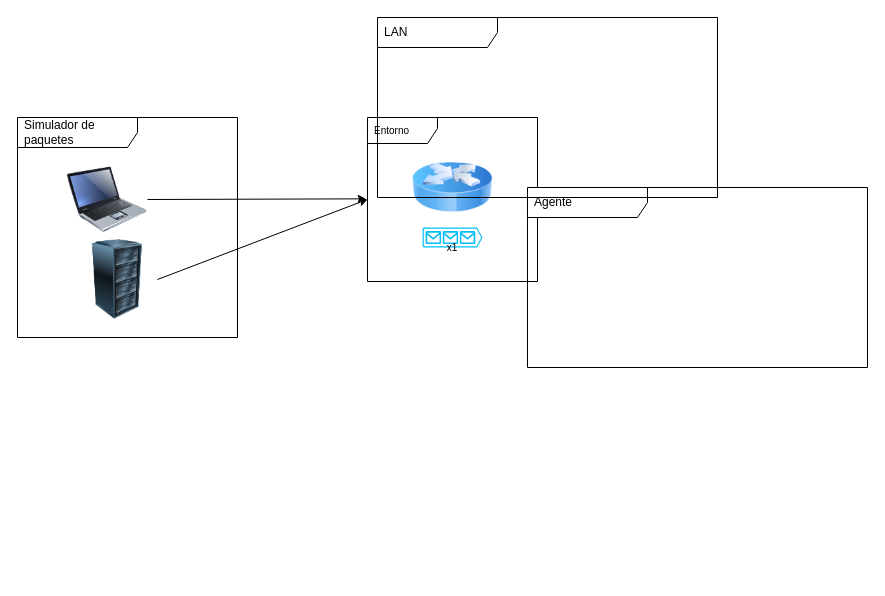
Above: page "Página-1" (1 of 2) of RedInicial.drawio in CesarRodrigu/GII-24.19-contramedidas-IoT-mediante-reinforcement-learning (draw.io), before the change. Source tidied: cells renumbered, new cells numbered last; positions are measured from the earlier drawing's top-left corner, leaving out a move shared by most shapes. Both pictures are drawn from the tidied source at 100%, with x=0, y=0 at pixel (17, 17).
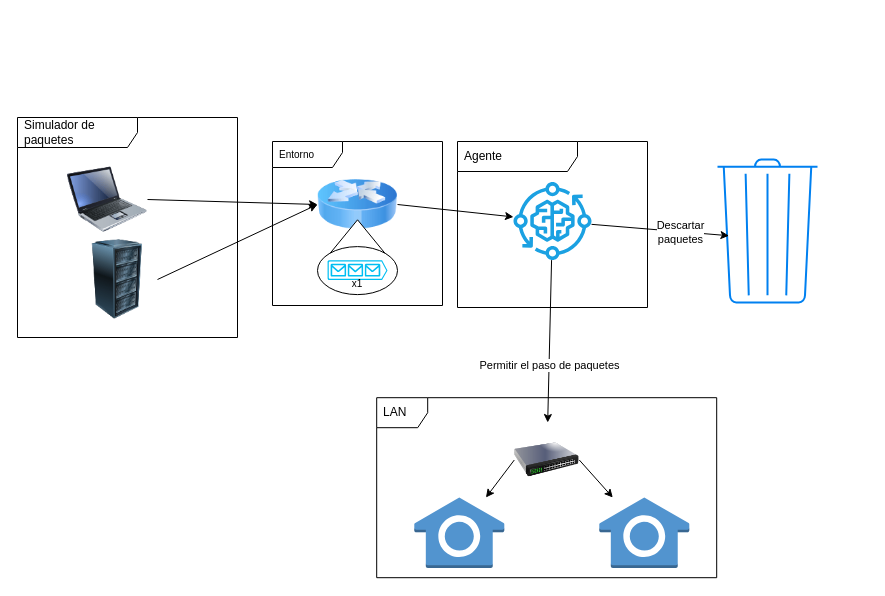
The same page after the edit.

Commit message:
Corrección y mejora de los diagramas de la red

The change refers to these unchanged cells:
```xml
<mxCell id="9" style="image;html=1;image=img/lib/clip_art/computers/Laptop_128x128.png;" parent="1" vertex="1">
  <mxGeometry x="50" y="142" width="80" height="80" as="geometry" />
</mxCell>
<mxCell id="10" style="image;html=1;image=img/lib/clip_art/computers/Server_Rack_128x128.png;" parent="1" vertex="1">
  <mxGeometry x="60" y="222" width="80" height="80" as="geometry" />
</mxCell>
```

What changed in the source:
```diff
@@
     <mxCell id="2" value="Entorno" style="shape=umlFrame;whiteSpace=wrap;html=1;width=70;height=26;boundedLbl=1;verticalAlign=middle;align=left;spacingLeft=5;fontSize=10;" parent="1" vertex="1">
-      <mxGeometry x="350" y="100" width="170" height="164" as="geometry" />
+      <mxGeometry x="255" y="124" width="170" height="164" as="geometry" />
     </mxCell>
     <mxCell id="3" style="image;html=1;image=img/lib/clip_art/networking/Router_Icon_128x128.png;" parent="1" vertex="1">
-      <mxGeometry x="395" y="130" width="80" height="80" as="geometry" />
+      <mxGeometry x="300" y="147" width="80" height="80" as="geometry" />
     </mxCell>
+    <mxCell id="13" style="triangle;whiteSpace=wrap;html=1;rotation=-90;" parent="1" vertex="1">
+      <mxGeometry x="320.8" y="190" width="38.5" height="63.1" as="geometry" />
+    </mxCell>
+    <mxCell id="14" style="ellipse;whiteSpace=wrap;html=1;" parent="1" vertex="1">
+      <mxGeometry x="300" y="229.1" width="80" height="48" as="geometry" />
+    </mxCell>
     <mxCell id="4" style="verticalLabelPosition=bottom;html=1;verticalAlign=top;align=center;strokeColor=none;fillColor=#00BEF2;shape=mxgraph.azure.queue_generic;enumerate=0;" parent="1" vertex="1">
-      <mxGeometry x="405" y="210" width="60" height="20" as="geometry" />
+      <mxGeometry x="310" y="242.6" width="60" height="20" as="geometry" />
     </mxCell>
     <mxCell id="5" value="&lt;font style=&quot;font-size: 10px;&quot;&gt;x1&lt;/font&gt;" style="text;strokeColor=none;align=center;fillColor=none;html=1;verticalAlign=middle;whiteSpace=wrap;rounded=0;" parent="1" vertex="1">
-      <mxGeometry x="420" y="220" width="30" height="20" as="geometry" />
+      <mxGeometry x="325" y="256.1" width="30" height="20" as="geometry" />
     </mxCell>
     <mxCell id="6" value="Agente" style="shape=umlFrame;whiteSpace=wrap;html=1;width=120;height=30;boundedLbl=1;verticalAlign=middle;align=left;spacingLeft=5;" parent="1" vertex="1">
-      <mxGeometry x="510" y="170" width="340" height="180" as="geometry" />
+      <mxGeometry x="440" y="124" width="190" height="166" as="geometry" />
     </mxCell>
@@
-    <mxCell id="8" value="LAN" style="shape=umlFrame;whiteSpace=wrap;html=1;width=120;height=30;boundedLbl=1;verticalAlign=middle;align=left;spacingLeft=5;" parent="1" vertex="1">
-      <mxGeometry x="360" width="340" height="180" as="geometry" />
+    <mxCell id="8" value="LAN" style="shape=umlFrame;whiteSpace=wrap;html=1;width=51;height=30;boundedLbl=1;verticalAlign=middle;align=left;spacingLeft=5;" parent="1" vertex="1">
+      <mxGeometry x="359.2" y="380.2" width="340" height="180" as="geometry" />
     </mxCell>
@@
-    <mxCell id="11" style="endArrow=classic;html=1;exitX=1;exitY=0.5;exitDx=0;exitDy=0;entryX=0.001;entryY=0.499;entryDx=0;entryDy=0;entryPerimeter=0;" parent="1" edge="1" source="10" target="2">
+    <mxCell id="11" style="endArrow=classic;html=1;exitX=1;exitY=0.5;exitDx=0;exitDy=0;entryX=0;entryY=0.5;entryDx=0;entryDy=0;" parent="1" edge="1" source="10" target="3">
       <mxGeometry relative="1" as="geometry" />
     </mxCell>
-    <mxCell id="12" style="endArrow=classic;html=1;exitX=1;exitY=0.5;exitDx=0;exitDy=0;entryX=-0.008;entryY=0.496;entryDx=0;entryDy=0;entryPerimeter=0;" parent="1" edge="1" source="9" target="2">
+    <mxCell id="12" style="endArrow=classic;html=1;exitX=1;exitY=0.5;exitDx=0;exitDy=0;entryX=0;entryY=0.5;entryDx=0;entryDy=0;" parent="1" edge="1" source="9" target="3">
       <mxGeometry relative="1" as="geometry" />
     </mxCell>
+    <mxCell id="15" style="sketch=0;outlineConnect=0;fontColor=#ffffff;fillColor=#1ba1e2;strokeColor=#006EAF;dashed=0;verticalLabelPosition=bottom;verticalAlign=top;align=center;html=1;fontSize=12;fontStyle=0;shape=mxgraph.aws4.iot_greengrass_component_machine_learning;" parent="1" vertex="1">
+      <mxGeometry x="496" y="164.6" width="78" height="78" as="geometry" />
+    </mxCell>
+    <mxCell id="16" style="endArrow=classic;html=1;exitX=1;exitY=0.5;exitDx=0;exitDy=0;" parent="1" edge="1" source="3" target="15">
+      <mxGeometry relative="1" as="geometry" />
+    </mxCell>
+    <mxCell id="17" style="outlineConnect=0;dashed=0;verticalLabelPosition=bottom;verticalAlign=top;align=center;html=1;shape=mxgraph.aws3.alexa_smart_home_skill;fillColor=#5294CF;gradientColor=none;" parent="1" vertex="1">
+      <mxGeometry x="396.8" y="480" width="90" height="70.5" as="geometry" />
+    </mxCell>
+    <mxCell id="18" style="outlineConnect=0;dashed=0;verticalLabelPosition=bottom;verticalAlign=top;align=center;html=1;shape=mxgraph.aws3.alexa_smart_home_skill;fillColor=#5294CF;gradientColor=none;" parent="1" vertex="1">
+      <mxGeometry x="581.8" y="480" width="90" height="70.5" as="geometry" />
+    </mxCell>
+    <mxCell id="19" style="html=1;verticalLabelPosition=bottom;align=center;labelBackgroundColor=#ffffff;verticalAlign=top;strokeWidth=2;strokeColor=#0080F0;shadow=0;dashed=0;shape=mxgraph.ios7.icons.trashcan;" parent="1" vertex="1">
+      <mxGeometry x="700" y="142" width="100" height="143" as="geometry" />
+    </mxCell>
+    <mxCell id="20" style="endArrow=classic;html=1;" parent="1" edge="1" source="15" target="22">
+      <mxGeometry relative="1" as="geometry" />
+    </mxCell>
+    <mxCell id="21" value="Permitir el paso de paquetes" style="edgeLabel;html=1;align=center;verticalAlign=middle;" parent="20" vertex="1">
+      <mxGeometry x="0.29" relative="1" as="geometry" />
+    </mxCell>
+    <mxCell id="22" style="image;html=1;image=img/lib/clip_art/networking/Switch_128x128.png;" parent="1" vertex="1">
+      <mxGeometry x="496.8" y="405" width="65" height="75" as="geometry" />
+    </mxCell>
+    <mxCell id="23" style="endArrow=classic;html=1;exitX=0;exitY=0.5;exitDx=0;exitDy=0;" parent="1" edge="1" source="22" target="17">
+      <mxGeometry relative="1" as="geometry" />
+    </mxCell>
+    <mxCell id="24" style="endArrow=classic;html=1;exitX=1;exitY=0.5;exitDx=0;exitDy=0;" parent="1" edge="1" source="22" target="18">
+      <mxGeometry relative="1" as="geometry" />
+    </mxCell>
+    <mxCell id="25" style="endArrow=classic;html=1;entryX=0.115;entryY=0.533;entryDx=0;entryDy=0;entryPerimeter=0;" parent="1" edge="1" source="15" target="19">
+      <mxGeometry relative="1" as="geometry" />
+    </mxCell>
+    <mxCell id="26" value="Descartar&lt;br&gt;paquetes" style="edgeLabel;html=1;align=center;verticalAlign=middle;" parent="25" vertex="1">
+      <mxGeometry x="0.29" relative="1" as="geometry" />
+    </mxCell>
```
